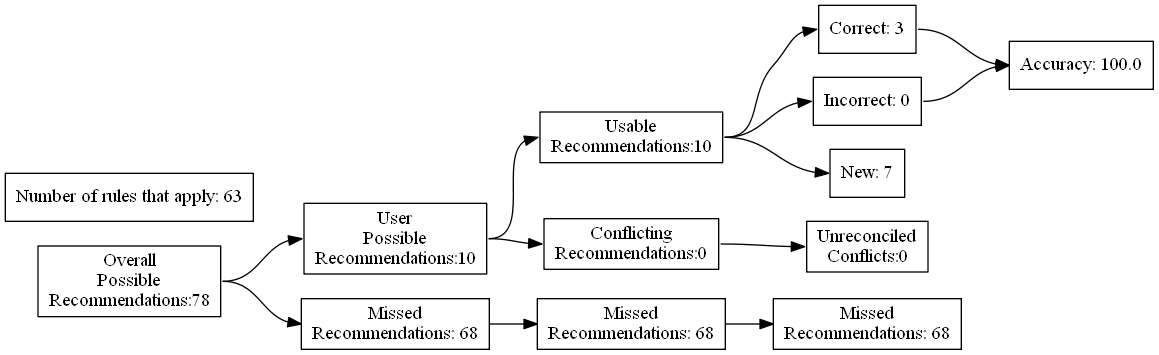
This is test_renders/103.gv.png from ZaxR/ibd_diet_analysis, a Graphviz export, as it was before one commit. Its source is kept beside it as test_renders/103.gv.
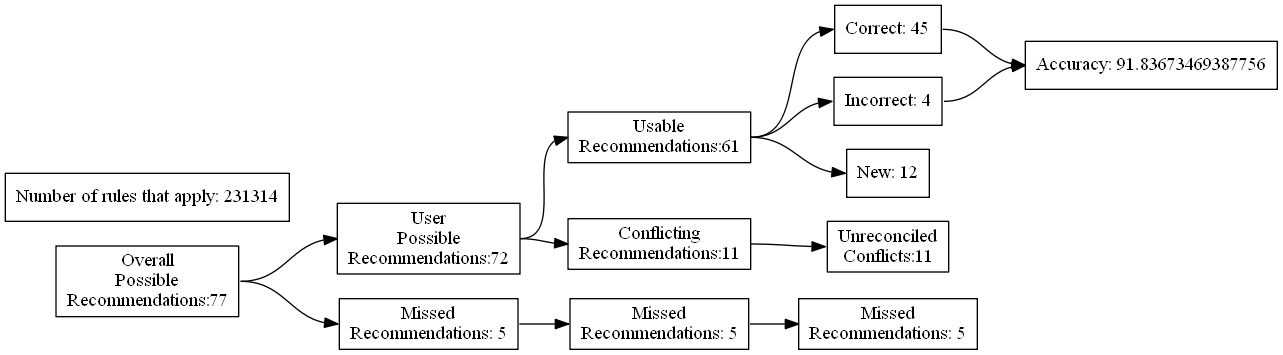
After the change.

What changed in the source:
```diff
@@ -4,27 +4,27 @@
 	edge [headport=w tailport=e]
 		A [label="Overall
 Possible
-Recommendations:78"]
+Recommendations:77"]
 		B [label="User
 Possible
-Recommendations:10"]
+Recommendations:72"]
 		C [label="Missed
-Recommendations: 68"]
+Recommendations: 5"]
 		D [label="Usable
-Recommendations:10"]
+Recommendations:61"]
 		E [label="Conflicting
-Recommendations:0"]
+Recommendations:11"]
 		J [label="Missed
-Recommendations: 68"]
+Recommendations: 5"]
 		M [label="Unreconciled
-Conflicts:0"]
-		F [label="Correct: 3"]
-		G [label="Incorrect: 0"]
-		H [label="New: 7"]
+Conflicts:11"]
+		F [label="Correct: 45"]
+		G [label="Incorrect: 4"]
+		H [label="New: 12"]
 		K [label="Missed
-Recommendations: 68"]
-		I [label="Accuracy: 100.0"]
-		l [label="Number of rules that apply: 63"]
+Recommendations: 5"]
+		I [label="Accuracy: 91.83673469387756"]
+		l [label="Number of rules that apply: 231314"]
 			A -> B
 			A -> C
 			B -> D
```
